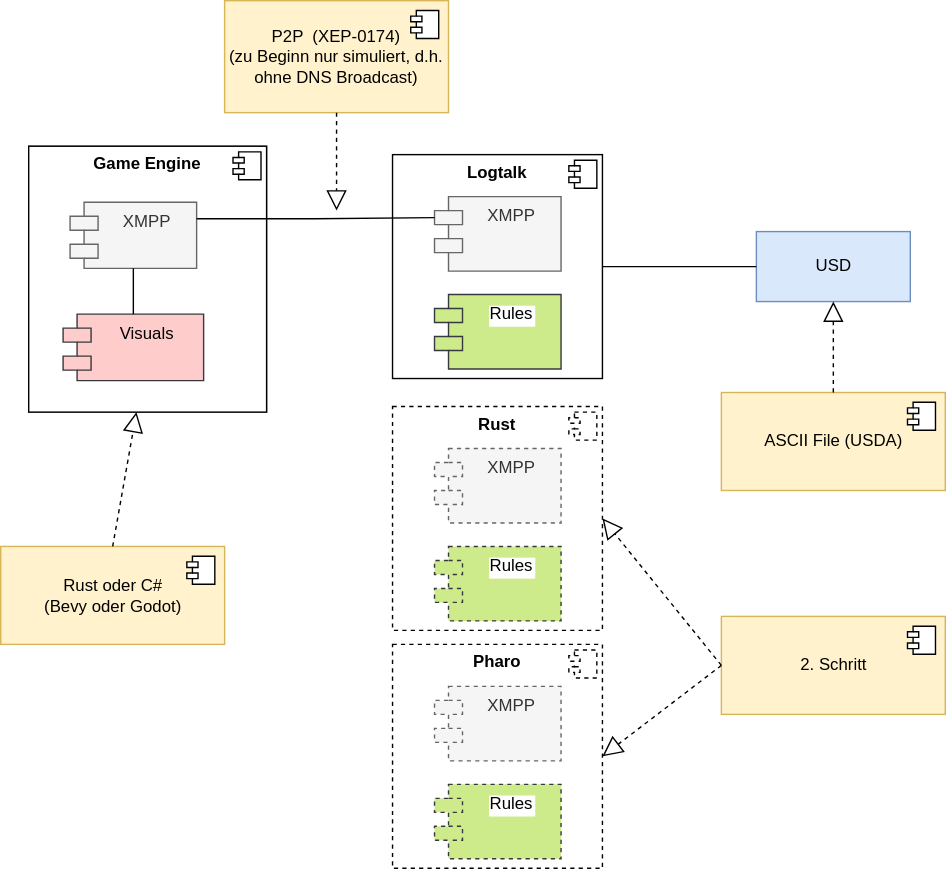
Before: doc/USD_traffic_bench.svg, a diagram exported from draw.io (hnbeck/ECTrafficModeller). Source tidied: cells renumbered, new cells last; positions are measured from the earlier drawing's top-left corner, leaving out a move shared by most shapes.
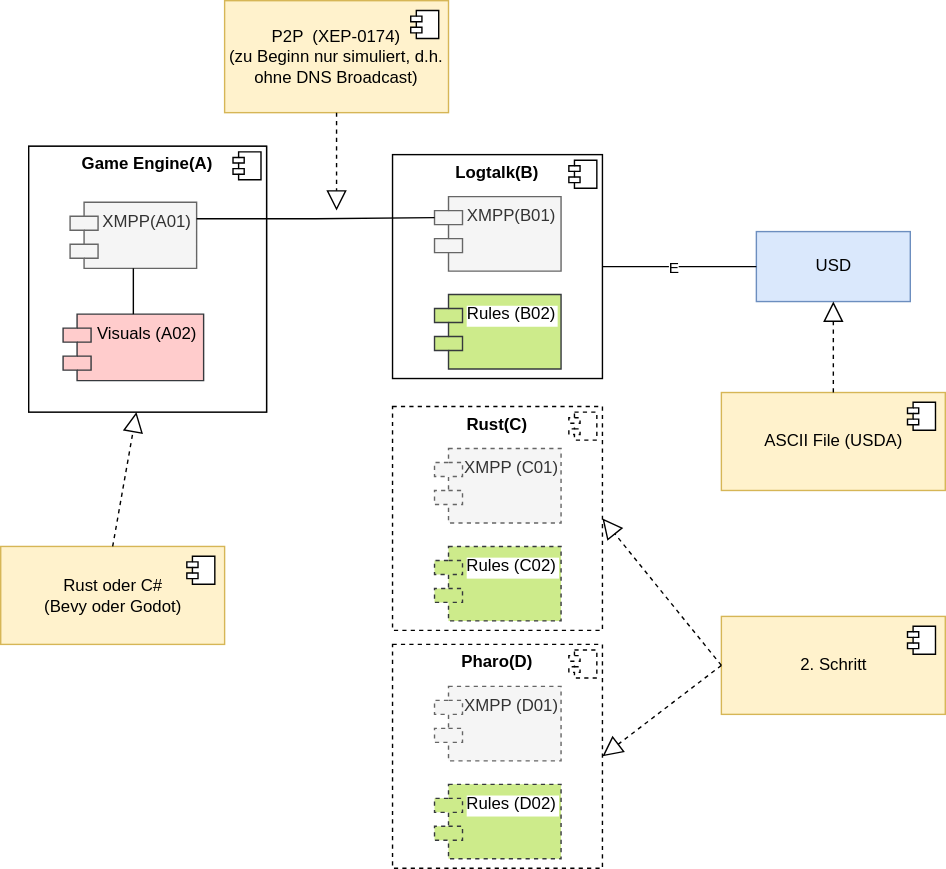
The same diagram one commit later.

Change to the diagram source:
```diff
@@ -5,7 +5,7 @@
     <mxCell id="2" style="group;rounded=0;flipV=0;flipH=0;" parent="1" vertex="1">
       <mxGeometry x="280" y="110" width="170" height="160" as="geometry" />
     </mxCell>
-    <mxCell id="3" value="&lt;p style=&quot;margin: 0px ; margin-top: 6px ; text-align: center&quot;&gt;&lt;b&gt;Logtalk&lt;/b&gt;&lt;/p&gt;" style="align=left;overflow=fill;html=1;rounded=0;" parent="2" vertex="1">
+    <mxCell id="3" value="&lt;p style=&quot;margin: 0px ; margin-top: 6px ; text-align: center&quot;&gt;&lt;b&gt;Logtalk(B)&lt;/b&gt;&lt;/p&gt;" style="align=left;overflow=fill;html=1;rounded=0;" parent="2" vertex="1">
       <mxGeometry width="150" height="160" as="geometry" />
     </mxCell>
     <mxCell id="4" style="shape=component;jettyWidth=8;jettyHeight=4;rounded=0;" parent="3" vertex="1">
@@ -13,16 +13,16 @@
         <mxPoint x="-24" y="4" as="offset" />
       </mxGeometry>
     </mxCell>
-    <mxCell id="5" value="XMPP" style="shape=module;align=left;spacingLeft=20;align=center;verticalAlign=top;rounded=0;flipV=0;flipH=0;fillColor=#f5f5f5;fontColor=#333333;strokeColor=#666666;" parent="2" vertex="1">
+    <mxCell id="5" value="XMPP(B01)" style="shape=module;align=left;spacingLeft=20;align=center;verticalAlign=top;rounded=0;flipV=0;flipH=0;fillColor=#f5f5f5;fontColor=#333333;strokeColor=#666666;" parent="2" vertex="1">
       <mxGeometry x="30" y="30" width="90.4" height="53.2" as="geometry" />
     </mxCell>
-    <mxCell id="6" value="Rules" style="shape=module;align=left;spacingLeft=20;align=center;verticalAlign=top;rounded=0;flipV=0;flipH=0;fillColor=#cdeb8b;strokeColor=#36393d;labelBackgroundColor=default;" parent="2" vertex="1">
+    <mxCell id="6" value="Rules (B02)" style="shape=module;align=left;spacingLeft=20;align=center;verticalAlign=top;rounded=0;flipV=0;flipH=0;fillColor=#cdeb8b;strokeColor=#36393d;labelBackgroundColor=default;" parent="2" vertex="1">
       <mxGeometry x="30" y="100" width="90.4" height="53.2" as="geometry" />
     </mxCell>
     <mxCell id="7" style="group;rounded=0;fillColor=#f5f5f5;strokeColor=#666666;fontColor=#333333;" parent="1" vertex="1">
       <mxGeometry x="20" y="104" width="170" height="190" as="geometry" />
     </mxCell>
-    <mxCell id="8" value="&lt;p style=&quot;margin: 0px ; margin-top: 6px ; text-align: center&quot;&gt;&lt;b&gt;Game Engine&lt;/b&gt;&lt;/p&gt;" style="align=left;overflow=fill;html=1;rounded=0;" parent="7" vertex="1">
+    <mxCell id="8" value="&lt;p style=&quot;margin: 0px ; margin-top: 6px ; text-align: center&quot;&gt;&lt;b&gt;Game Engine(A)&lt;/b&gt;&lt;/p&gt;" style="align=left;overflow=fill;html=1;rounded=0;" parent="7" vertex="1">
       <mxGeometry width="170" height="190" as="geometry" />
     </mxCell>
     <mxCell id="9" style="shape=component;jettyWidth=8;jettyHeight=4;rounded=0;" parent="8" vertex="1">
@@ -30,10 +30,10 @@
         <mxPoint x="-24" y="4" as="offset" />
       </mxGeometry>
     </mxCell>
-    <mxCell id="10" value="XMPP" style="shape=module;align=left;spacingLeft=20;align=center;verticalAlign=top;rounded=0;fillColor=#f5f5f5;fontColor=#333333;strokeColor=#666666;" parent="7" vertex="1">
+    <mxCell id="10" value="XMPP(A01)" style="shape=module;align=left;spacingLeft=20;align=center;verticalAlign=top;rounded=0;fillColor=#f5f5f5;fontColor=#333333;strokeColor=#666666;" parent="7" vertex="1">
       <mxGeometry x="29.6" y="40" width="90.4" height="47.2" as="geometry" />
     </mxCell>
-    <mxCell id="11" value="Visuals" style="shape=module;align=left;spacingLeft=20;align=center;verticalAlign=top;fillColor=#ffcccc;strokeColor=#36393d;" parent="7" vertex="1">
+    <mxCell id="11" value="Visuals (A02)" style="shape=module;align=left;spacingLeft=20;align=center;verticalAlign=top;fillColor=#ffcccc;strokeColor=#36393d;" parent="7" vertex="1">
       <mxGeometry x="24.6" y="120" width="100.4" height="47.5" as="geometry" />
     </mxCell>
     <mxCell id="12" style="endArrow=none;html=1;edgeStyle=orthogonalEdgeStyle;exitX=0.5;exitY=1;exitDx=0;exitDy=0;rounded=0;entryX=0.5;entryY=0;entryDx=0;entryDy=0;" parent="7" edge="1" source="10" target="11">
@@ -48,6 +48,9 @@
     <mxCell id="15" style="endArrow=none;html=1;edgeStyle=orthogonalEdgeStyle;exitX=1;exitY=0.5;exitDx=0;exitDy=0;entryX=0;entryY=0.5;entryDx=0;entryDy=0;rounded=0;" parent="1" edge="1" source="3" target="13">
       <mxGeometry relative="1" as="geometry" />
     </mxCell>
+    <mxCell id="39" value="E" style="edgeLabel;html=1;align=center;verticalAlign=middle;" parent="15" vertex="1">
+      <mxGeometry x="-0.09" relative="1" as="geometry" />
+    </mxCell>
     <mxCell id="16" value="Rust oder C#&lt;br&gt;(Bevy oder Godot)" style="html=1;fillColor=#fff2cc;strokeColor=#d6b656;" parent="1" vertex="1">
       <mxGeometry y="390" width="160" height="70" as="geometry" />
     </mxCell>
@@ -86,7 +89,7 @@
     <mxCell id="25" style="group;rounded=0;flipV=0;flipH=0;" parent="1" vertex="1">
       <mxGeometry x="280" y="290" width="170" height="160" as="geometry" />
     </mxCell>
-    <mxCell id="26" value="&lt;p style=&quot;margin: 0px ; margin-top: 6px ; text-align: center&quot;&gt;&lt;b&gt;Rust&lt;/b&gt;&lt;/p&gt;" style="align=left;overflow=fill;html=1;rounded=0;dashed=1;" parent="25" vertex="1">
+    <mxCell id="26" value="&lt;p style=&quot;margin: 0px ; margin-top: 6px ; text-align: center&quot;&gt;&lt;b&gt;Rust(C)&lt;/b&gt;&lt;/p&gt;" style="align=left;overflow=fill;html=1;rounded=0;dashed=1;" parent="25" vertex="1">
       <mxGeometry width="150" height="160" as="geometry" />
     </mxCell>
     <mxCell id="27" style="shape=component;jettyWidth=8;jettyHeight=4;rounded=0;dashed=1;" parent="26" vertex="1">
@@ -94,16 +97,16 @@
         <mxPoint x="-24" y="4" as="offset" />
       </mxGeometry>
     </mxCell>
-    <mxCell id="28" value="XMPP" style="shape=module;align=left;spacingLeft=20;align=center;verticalAlign=top;rounded=0;flipV=0;flipH=0;fillColor=#f5f5f5;fontColor=#333333;strokeColor=#666666;dashed=1;" parent="25" vertex="1">
+    <mxCell id="28" value="XMPP (C01)" style="shape=module;align=left;spacingLeft=20;align=center;verticalAlign=top;rounded=0;flipV=0;flipH=0;fillColor=#f5f5f5;fontColor=#333333;strokeColor=#666666;dashed=1;" parent="25" vertex="1">
       <mxGeometry x="30" y="30" width="90.4" height="53.2" as="geometry" />
     </mxCell>
-    <mxCell id="29" value="Rules" style="shape=module;align=left;spacingLeft=20;align=center;verticalAlign=top;rounded=0;flipV=0;flipH=0;fillColor=#cdeb8b;strokeColor=#36393d;labelBackgroundColor=default;dashed=1;" parent="25" vertex="1">
+    <mxCell id="29" value="Rules (C02)" style="shape=module;align=left;spacingLeft=20;align=center;verticalAlign=top;rounded=0;flipV=0;flipH=0;fillColor=#cdeb8b;strokeColor=#36393d;labelBackgroundColor=default;dashed=1;" parent="25" vertex="1">
       <mxGeometry x="30" y="100" width="90.4" height="53.2" as="geometry" />
     </mxCell>
     <mxCell id="30" style="group;rounded=0;flipV=0;flipH=0;" parent="1" vertex="1">
       <mxGeometry x="280" y="460" width="170" height="160" as="geometry" />
     </mxCell>
-    <mxCell id="31" value="&lt;p style=&quot;margin: 0px ; margin-top: 6px ; text-align: center&quot;&gt;&lt;b&gt;Pharo&lt;/b&gt;&lt;/p&gt;" style="align=left;overflow=fill;html=1;rounded=0;dashed=1;" parent="30" vertex="1">
+    <mxCell id="31" value="&lt;p style=&quot;margin: 0px ; margin-top: 6px ; text-align: center&quot;&gt;&lt;b&gt;Pharo(D)&lt;/b&gt;&lt;/p&gt;" style="align=left;overflow=fill;html=1;rounded=0;dashed=1;" parent="30" vertex="1">
       <mxGeometry width="150" height="160" as="geometry" />
     </mxCell>
     <mxCell id="32" style="shape=component;jettyWidth=8;jettyHeight=4;rounded=0;dashed=1;" parent="31" vertex="1">
@@ -111,10 +114,10 @@
         <mxPoint x="-24" y="4" as="offset" />
       </mxGeometry>
     </mxCell>
-    <mxCell id="33" value="XMPP" style="shape=module;align=left;spacingLeft=20;align=center;verticalAlign=top;rounded=0;flipV=0;flipH=0;fillColor=#f5f5f5;fontColor=#333333;strokeColor=#666666;dashed=1;" parent="30" vertex="1">
+    <mxCell id="33" value="XMPP (D01)" style="shape=module;align=left;spacingLeft=20;align=center;verticalAlign=top;rounded=0;flipV=0;flipH=0;fillColor=#f5f5f5;fontColor=#333333;strokeColor=#666666;dashed=1;" parent="30" vertex="1">
       <mxGeometry x="30" y="30" width="90.4" height="53.2" as="geometry" />
     </mxCell>
-    <mxCell id="34" value="Rules" style="shape=module;align=left;spacingLeft=20;align=center;verticalAlign=top;rounded=0;flipV=0;flipH=0;fillColor=#cdeb8b;strokeColor=#36393d;labelBackgroundColor=default;dashed=1;" parent="30" vertex="1">
+    <mxCell id="34" value="Rules (D02)" style="shape=module;align=left;spacingLeft=20;align=center;verticalAlign=top;rounded=0;flipV=0;flipH=0;fillColor=#cdeb8b;strokeColor=#36393d;labelBackgroundColor=default;dashed=1;" parent="30" vertex="1">
       <mxGeometry x="30" y="100" width="90.4" height="53.2" as="geometry" />
     </mxCell>
     <mxCell id="35" value="2. Schritt" style="html=1;fillColor=#fff2cc;strokeColor=#d6b656;" parent="1" vertex="1">
```
